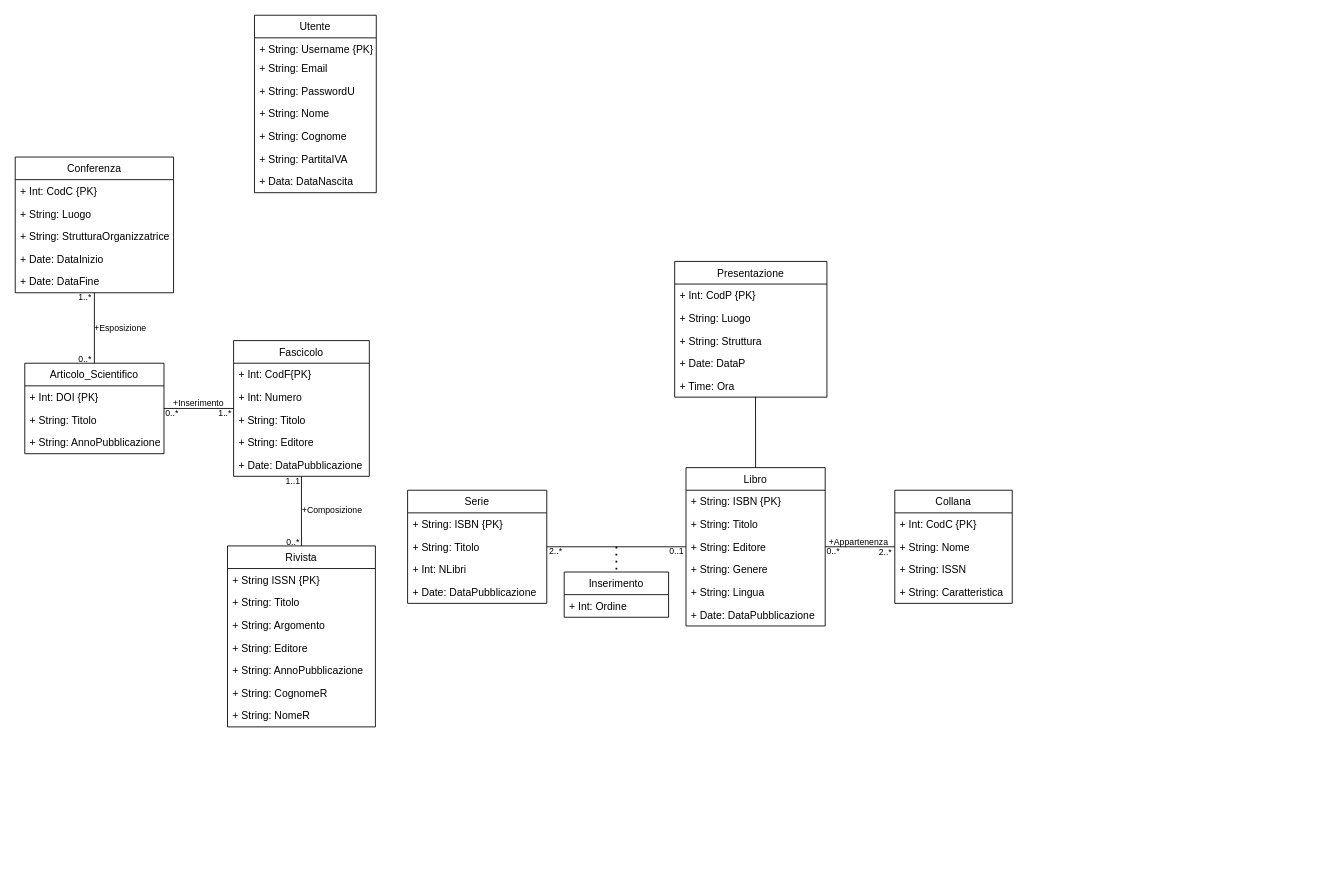
Above: page "Pagina-2" (2 of 2) of DiagrammaUML(ristrutturato).drawio in Giovk/Sistema-di-una-Bibleoteca-Digitale (draw.io), before the change. Source tidied: cells renumbered, new cells numbered last; positions are measured from the earlier drawing's top-left corner, leaving out a move shared by most shapes. Both pictures are drawn from the tidied source at 87%, with x=0, y=0 at pixel (15, 15).
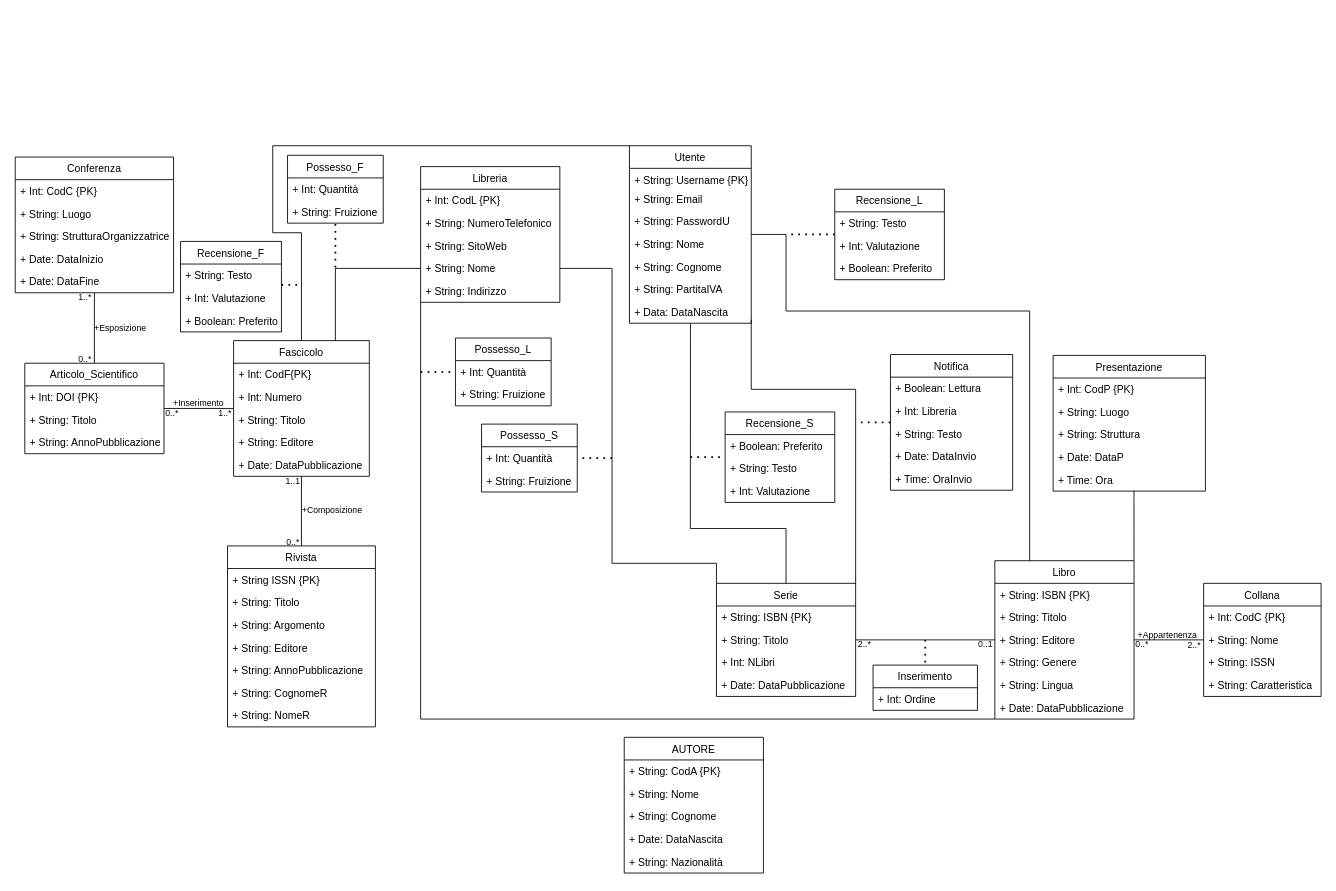
The same page after the edit.

Unchanged cells that the change refers to:
```xml
<mxCell id="9" value="+ Data: DataNascita" style="text;strokeColor=none;fillColor=none;align=left;verticalAlign=top;spacingLeft=4;spacingRight=4;overflow=hidden;points=[[0,0.5],[1,0.5]];portConstraint=eastwest;" parent="2" vertex="1">
  <mxGeometry y="178" width="140" height="26" as="geometry" />
</mxCell>
<mxCell id="20" value="Fascicolo" style="swimlane;fontStyle=0;horizontal=1;startSize=26;fillColor=none;" parent="1" vertex="1">
  <mxGeometry x="251" y="374" width="156" height="156" as="geometry" />
</mxCell>
<mxCell id="50" value="+ Time: Ora" style="text;strokeColor=none;fillColor=none;align=left;verticalAlign=top;spacingLeft=4;spacingRight=4;overflow=hidden;points=[[0,0.5],[1,0.5]];portConstraint=eastwest;" parent="45" vertex="1">
  <mxGeometry y="130" width="175" height="26" as="geometry" />
</mxCell>
```

What changed in the source:
```diff
@@
     <mxCell id="2" value="Utente" style="swimlane;fontStyle=0;horizontal=1;startSize=26;fillColor=none;" parent="1" vertex="1">
-      <mxGeometry x="275" width="140" height="204" as="geometry" />
+      <mxGeometry x="706" y="150" width="140" height="204" as="geometry" />
     </mxCell>
@@
     <mxCell id="33" value="Libro" style="swimlane;fontStyle=0;horizontal=1;startSize=26;fillColor=none;" parent="1" vertex="1">
-      <mxGeometry x="771" y="520" width="160" height="182" as="geometry" />
+      <mxGeometry x="1126" y="627" width="160" height="182" as="geometry" />
     </mxCell>
@@
     <mxCell id="40" value="Collana" style="swimlane;fontStyle=0;horizontal=1;startSize=26;fillColor=none;" parent="1" vertex="1">
-      <mxGeometry x="1011" y="546" width="135" height="130" as="geometry" />
+      <mxGeometry x="1366" y="653" width="135" height="130" as="geometry" />
     </mxCell>
@@
     <mxCell id="45" value="Presentazione" style="swimlane;fontStyle=0;horizontal=1;startSize=26;fillColor=none;" parent="1" vertex="1">
-      <mxGeometry x="758" y="283" width="175" height="156" as="geometry" />
+      <mxGeometry x="1193" y="391" width="175" height="156" as="geometry" />
     </mxCell>
@@
-    <mxCell id="52" style="endArrow=none;html=1;rounded=0;fontSize=10;exitX=0.5;exitY=0;exitDx=0;exitDy=0;entryX=0.531;entryY=0.981;entryDx=0;entryDy=0;entryPerimeter=0;" parent="1" edge="1" source="33" target="50">
+    <mxCell id="52" style="endArrow=none;html=1;rounded=0;fontSize=10;exitX=1;exitY=0;exitDx=0;exitDy=0;entryX=0.531;entryY=0.981;entryDx=0;entryDy=0;entryPerimeter=0;" parent="1" edge="1" source="33" target="50">
       <mxGeometry relative="1" as="geometry" />
     </mxCell>
     <mxCell id="53" value="Serie" style="swimlane;fontStyle=0;horizontal=1;startSize=26;fillColor=none;" parent="1" vertex="1">
-      <mxGeometry x="451" y="546" width="160" height="130" as="geometry" />
+      <mxGeometry x="806" y="653" width="160" height="130" as="geometry" />
     </mxCell>
@@
     <mxCell id="60" value="Inserimento" style="swimlane;fontStyle=0;horizontal=1;startSize=26;fillColor=none;" parent="1" vertex="1">
-      <mxGeometry x="631" y="640" width="120" height="52" as="geometry" />
+      <mxGeometry x="986" y="747" width="120" height="52" as="geometry" />
     </mxCell>
@@
     <mxCell id="62" style="endArrow=none;dashed=1;html=1;dashPattern=1 3;strokeWidth=2;rounded=0;fontSize=10;entryX=0.5;entryY=0;entryDx=0;entryDy=0;" parent="1" edge="1">
       <mxGeometry relative="1" as="geometry">
-        <mxPoint x="691" y="611" as="sourcePoint" />
-        <mxPoint x="691" y="641" as="targetPoint" />
+        <mxPoint x="1046" y="718" as="sourcePoint" />
+        <mxPoint x="1046" y="748" as="targetPoint" />
       </mxGeometry>
     </mxCell>
     <mxCell id="63" value="&lt;font style=&quot;font-size: 10px;&quot;&gt;2..*&lt;/font&gt;" style="text;html=1;strokeColor=none;fillColor=none;align=center;verticalAlign=middle;whiteSpace=wrap;rounded=0;" parent="1" vertex="1">
-      <mxGeometry x="612" y="611" width="19" height="10" as="geometry" />
+      <mxGeometry x="967" y="718" width="19" height="10" as="geometry" />
     </mxCell>
     <mxCell id="64" value="&lt;font style=&quot;font-size: 10px;&quot;&gt;0..1&lt;/font&gt;" style="text;html=1;strokeColor=none;fillColor=none;align=center;verticalAlign=middle;whiteSpace=wrap;rounded=0;" parent="1" vertex="1">
-      <mxGeometry x="751" y="611" width="19" height="10" as="geometry" />
+      <mxGeometry x="1106" y="718" width="19" height="10" as="geometry" />
     </mxCell>
     <mxCell id="65" value="&lt;font style=&quot;font-size: 10px;&quot;&gt;0..*&lt;/font&gt;" style="text;html=1;strokeColor=none;fillColor=none;align=center;verticalAlign=middle;whiteSpace=wrap;rounded=0;" parent="1" vertex="1">
-      <mxGeometry x="931" y="611" width="19" height="10" as="geometry" />
+      <mxGeometry x="1286" y="718" width="19" height="10" as="geometry" />
     </mxCell>
     <mxCell id="66" value="&lt;font style=&quot;font-size: 10px;&quot;&gt;2..*&lt;/font&gt;" style="text;html=1;strokeColor=none;fillColor=none;align=center;verticalAlign=middle;whiteSpace=wrap;rounded=0;" parent="1" vertex="1">
-      <mxGeometry x="991" y="612" width="19" height="10" as="geometry" />
+      <mxGeometry x="1346" y="719" width="19" height="10" as="geometry" />
     </mxCell>
     <mxCell id="67" value="&lt;font style=&quot;font-size: 10px;&quot;&gt;+Appartenenza&amp;nbsp;&lt;/font&gt;" style="text;html=1;strokeColor=none;fillColor=none;align=center;verticalAlign=middle;whiteSpace=wrap;rounded=0;" parent="1" vertex="1">
-      <mxGeometry x="941" y="600" width="60" height="10" as="geometry" />
+      <mxGeometry x="1296" y="707" width="60" height="10" as="geometry" />
     </mxCell>
@@
+    <mxCell id="80" value="Libreria" style="swimlane;fontStyle=0;horizontal=1;startSize=26;fillColor=none;" parent="1" vertex="1">
+      <mxGeometry x="466" y="174" width="160" height="156" as="geometry" />
+    </mxCell>
+    <mxCell id="81" value="+ Int: CodL {PK}" style="text;strokeColor=none;fillColor=none;align=left;verticalAlign=top;spacingLeft=4;spacingRight=4;overflow=hidden;" parent="80" vertex="1">
+      <mxGeometry y="26" width="160" height="26" as="geometry" />
+    </mxCell>
+    <mxCell id="82" value="+ String: NumeroTelefonico" style="text;strokeColor=none;fillColor=none;align=left;verticalAlign=top;spacingLeft=4;spacingRight=4;overflow=hidden;" parent="80" vertex="1">
+      <mxGeometry y="52" width="160" height="26" as="geometry" />
+    </mxCell>
+    <mxCell id="83" value="+ String: SitoWeb" style="text;strokeColor=none;fillColor=none;align=left;verticalAlign=top;spacingLeft=4;spacingRight=4;overflow=hidden;" parent="80" vertex="1">
+      <mxGeometry y="78" width="160" height="26" as="geometry" />
+    </mxCell>
+    <mxCell id="84" value="+ String: Nome" style="text;strokeColor=none;fillColor=none;align=left;verticalAlign=top;spacingLeft=4;spacingRight=4;overflow=hidden;" parent="80" vertex="1">
+      <mxGeometry y="104" width="160" height="26" as="geometry" />
+    </mxCell>
+    <mxCell id="85" value="+ String: Indirizzo" style="text;strokeColor=none;fillColor=none;align=left;verticalAlign=top;spacingLeft=4;spacingRight=4;overflow=hidden;" parent="80" vertex="1">
+      <mxGeometry y="130" width="160" height="26" as="geometry" />
+    </mxCell>
+    <mxCell id="86" value="Notifica" style="swimlane;fontStyle=0;horizontal=1;startSize=26;fillColor=none;" parent="1" vertex="1">
+      <mxGeometry x="1006" y="390" width="140.5" height="156" as="geometry" />
+    </mxCell>
+    <mxCell id="87" value="+ Boolean: Lettura" style="text;strokeColor=none;fillColor=none;align=left;verticalAlign=top;spacingLeft=4;spacingRight=4;overflow=hidden;" parent="86" vertex="1">
+      <mxGeometry y="26" width="140.5" height="26" as="geometry" />
+    </mxCell>
+    <mxCell id="88" value="+ Int: Libreria" style="text;strokeColor=none;fillColor=none;align=left;verticalAlign=top;spacingLeft=4;spacingRight=4;overflow=hidden;" parent="86" vertex="1">
+      <mxGeometry y="52" width="140.5" height="26" as="geometry" />
+    </mxCell>
+    <mxCell id="89" value="+ String: Testo" style="text;strokeColor=none;fillColor=none;align=left;verticalAlign=top;spacingLeft=4;spacingRight=4;overflow=hidden;" parent="86" vertex="1">
+      <mxGeometry y="78" width="140.5" height="26" as="geometry" />
+    </mxCell>
+    <mxCell id="90" value="+ Date: DataInvio" style="text;strokeColor=none;fillColor=none;align=left;verticalAlign=top;spacingLeft=4;spacingRight=4;overflow=hidden;" parent="86" vertex="1">
+      <mxGeometry y="104" width="140.5" height="26" as="geometry" />
+    </mxCell>
+    <mxCell id="91" value="+ Time: OraInvio" style="text;strokeColor=none;fillColor=none;align=left;verticalAlign=top;spacingLeft=4;spacingRight=4;overflow=hidden;" parent="86" vertex="1">
+      <mxGeometry y="130" width="140.5" height="26" as="geometry" />
+    </mxCell>
+    <mxCell id="92" value="Possesso_S" style="swimlane;fontStyle=0;horizontal=1;startSize=26;fillColor=none;" parent="1" vertex="1">
+      <mxGeometry x="536" y="470" width="110" height="78" as="geometry" />
+    </mxCell>
+    <mxCell id="93" value="+ Int: Quantità" style="text;strokeColor=none;fillColor=none;align=left;verticalAlign=top;spacingLeft=4;spacingRight=4;overflow=hidden;" parent="92" vertex="1">
+      <mxGeometry y="26" width="110" height="26" as="geometry" />
+    </mxCell>
+    <mxCell id="94" value="+ String: Fruizione" style="text;strokeColor=none;fillColor=none;align=left;verticalAlign=top;spacingLeft=4;spacingRight=4;overflow=hidden;" parent="92" vertex="1">
+      <mxGeometry y="52" width="110" height="26" as="geometry" />
+    </mxCell>
+    <mxCell id="95" value="Recensione_S" style="swimlane;fontStyle=0;horizontal=1;startSize=26;fillColor=none;" parent="1" vertex="1">
+      <mxGeometry x="816" y="456" width="126" height="104" as="geometry" />
+    </mxCell>
+    <mxCell id="96" value="+ Boolean: Preferito" style="text;strokeColor=none;fillColor=none;align=left;verticalAlign=top;spacingLeft=4;spacingRight=4;overflow=hidden;" parent="95" vertex="1">
+      <mxGeometry y="26" width="126" height="26" as="geometry" />
+    </mxCell>
+    <mxCell id="97" value="+ String: Testo" style="text;strokeColor=none;fillColor=none;align=left;verticalAlign=top;spacingLeft=4;spacingRight=4;overflow=hidden;" parent="95" vertex="1">
+      <mxGeometry y="52" width="126" height="26" as="geometry" />
+    </mxCell>
+    <mxCell id="98" value="+ Int: Valutazione" style="text;strokeColor=none;fillColor=none;align=left;verticalAlign=top;spacingLeft=4;spacingRight=4;overflow=hidden;" parent="95" vertex="1">
+      <mxGeometry y="78" width="126" height="26" as="geometry" />
+    </mxCell>
+    <mxCell id="99" value="Possesso_F" style="swimlane;fontStyle=0;horizontal=1;startSize=26;fillColor=none;" parent="1" vertex="1">
+      <mxGeometry x="313" y="161" width="110" height="78" as="geometry" />
+    </mxCell>
+    <mxCell id="100" value="+ Int: Quantità" style="text;strokeColor=none;fillColor=none;align=left;verticalAlign=top;spacingLeft=4;spacingRight=4;overflow=hidden;" parent="99" vertex="1">
+      <mxGeometry y="26" width="110" height="26" as="geometry" />
+    </mxCell>
+    <mxCell id="101" value="+ String: Fruizione" style="text;strokeColor=none;fillColor=none;align=left;verticalAlign=top;spacingLeft=4;spacingRight=4;overflow=hidden;" parent="99" vertex="1">
+      <mxGeometry y="52" width="110" height="26" as="geometry" />
+    </mxCell>
+    <mxCell id="102" value="Recensione_F" style="swimlane;fontStyle=0;horizontal=1;startSize=26;fillColor=none;" parent="1" vertex="1">
+      <mxGeometry x="190" y="260" width="116" height="104" as="geometry" />
+    </mxCell>
+    <mxCell id="103" value="+ String: Testo" style="text;strokeColor=none;fillColor=none;align=left;verticalAlign=top;spacingLeft=4;spacingRight=4;overflow=hidden;" parent="102" vertex="1">
+      <mxGeometry y="26" width="116" height="26" as="geometry" />
+    </mxCell>
+    <mxCell id="104" value="+ Int: Valutazione" style="text;strokeColor=none;fillColor=none;align=left;verticalAlign=top;spacingLeft=4;spacingRight=4;overflow=hidden;" parent="102" vertex="1">
+      <mxGeometry y="52" width="116" height="26" as="geometry" />
+    </mxCell>
+    <mxCell id="105" value="+ Boolean: Preferito" style="text;strokeColor=none;fillColor=none;align=left;verticalAlign=top;spacingLeft=4;spacingRight=4;overflow=hidden;" parent="102" vertex="1">
+      <mxGeometry y="78" width="116" height="26" as="geometry" />
+    </mxCell>
+    <mxCell id="106" value="Possesso_L" style="swimlane;fontStyle=0;horizontal=1;startSize=26;fillColor=none;" parent="1" vertex="1">
+      <mxGeometry x="506" y="371" width="110" height="78" as="geometry" />
+    </mxCell>
+    <mxCell id="107" value="+ Int: Quantità" style="text;strokeColor=none;fillColor=none;align=left;verticalAlign=top;spacingLeft=4;spacingRight=4;overflow=hidden;" parent="106" vertex="1">
+      <mxGeometry y="26" width="110" height="26" as="geometry" />
+    </mxCell>
+    <mxCell id="108" value="+ String: Fruizione" style="text;strokeColor=none;fillColor=none;align=left;verticalAlign=top;spacingLeft=4;spacingRight=4;overflow=hidden;" parent="106" vertex="1">
+      <mxGeometry y="52" width="110" height="26" as="geometry" />
+    </mxCell>
+    <mxCell id="109" value="Recensione_L" style="swimlane;fontStyle=0;horizontal=1;startSize=26;fillColor=none;" parent="1" vertex="1">
+      <mxGeometry x="942" y="200" width="126" height="104" as="geometry" />
+    </mxCell>
+    <mxCell id="110" value="+ String: Testo" style="text;strokeColor=none;fillColor=none;align=left;verticalAlign=top;spacingLeft=4;spacingRight=4;overflow=hidden;" parent="109" vertex="1">
+      <mxGeometry y="26" width="126" height="26" as="geometry" />
+    </mxCell>
+    <mxCell id="111" value="+ Int: Valutazione" style="text;strokeColor=none;fillColor=none;align=left;verticalAlign=top;spacingLeft=4;spacingRight=4;overflow=hidden;" parent="109" vertex="1">
+      <mxGeometry y="52" width="126" height="26" as="geometry" />
+    </mxCell>
+    <mxCell id="112" value="+ Boolean: Preferito" style="text;strokeColor=none;fillColor=none;align=left;verticalAlign=top;spacingLeft=4;spacingRight=4;overflow=hidden;" parent="109" vertex="1">
+      <mxGeometry y="78" width="126" height="26" as="geometry" />
+    </mxCell>
+    <mxCell id="113" style="endArrow=none;html=1;rounded=0;fontSize=10;exitX=0.5;exitY=0;exitDx=0;exitDy=0;entryX=0.501;entryY=1.01;entryDx=0;entryDy=0;entryPerimeter=0;" parent="1" edge="1" source="53" target="9">
+      <mxGeometry relative="1" as="geometry">
+        <Array as="points">
+          <mxPoint x="886" y="590" />
+          <mxPoint x="776" y="590" />
+        </Array>
+      </mxGeometry>
+    </mxCell>
+    <mxCell id="114" style="endArrow=none;html=1;rounded=0;fontSize=10;entryX=1;entryY=0.75;entryDx=0;entryDy=0;exitX=0;exitY=0;exitDx=0;exitDy=0;" parent="1" edge="1" source="53" target="80">
+      <mxGeometry relative="1" as="geometry">
+        <Array as="points">
+          <mxPoint x="806" y="630" />
+          <mxPoint x="686" y="630" />
+          <mxPoint x="686" y="291" />
+        </Array>
+      </mxGeometry>
+    </mxCell>
+    <mxCell id="115" style="endArrow=none;html=1;rounded=0;fontSize=10;exitX=1;exitY=0;exitDx=0;exitDy=0;" parent="1" edge="1">
+      <mxGeometry relative="1" as="geometry">
+        <mxPoint x="966" y="654" as="sourcePoint" />
+        <mxPoint x="846" y="350" as="targetPoint" />
+        <Array as="points">
+          <mxPoint x="966" y="430" />
+          <mxPoint x="846" y="430" />
+        </Array>
+      </mxGeometry>
+    </mxCell>
+    <mxCell id="116" style="endArrow=none;dashed=1;html=1;dashPattern=1 3;strokeWidth=2;rounded=0;fontSize=10;entryX=1;entryY=0.5;entryDx=0;entryDy=0;" parent="1" edge="1" target="92">
+      <mxGeometry relative="1" as="geometry">
+        <mxPoint x="686" y="509" as="sourcePoint" />
+      </mxGeometry>
+    </mxCell>
+    <mxCell id="117" style="endArrow=none;dashed=1;html=1;dashPattern=1 3;strokeWidth=2;rounded=0;fontSize=10;entryX=0;entryY=0.5;entryDx=0;entryDy=0;" parent="1" edge="1" target="95">
+      <mxGeometry relative="1" as="geometry">
+        <mxPoint x="776" y="508" as="sourcePoint" />
+      </mxGeometry>
+    </mxCell>
+    <mxCell id="118" style="endArrow=none;dashed=1;html=1;dashPattern=1 3;strokeWidth=2;rounded=0;fontSize=10;exitX=0;exitY=0.5;exitDx=0;exitDy=0;" parent="1" edge="1" source="86">
+      <mxGeometry relative="1" as="geometry">
+        <mxPoint x="966" y="468" as="targetPoint" />
+      </mxGeometry>
+    </mxCell>
+    <mxCell id="119" style="endArrow=none;html=1;rounded=0;fontSize=10;exitX=1;exitY=0.5;exitDx=0;exitDy=0;entryX=0.25;entryY=0;entryDx=0;entryDy=0;" parent="1" edge="1" source="2" target="33">
+      <mxGeometry relative="1" as="geometry">
+        <Array as="points">
+          <mxPoint x="886" y="252" />
+          <mxPoint x="886" y="340" />
+          <mxPoint x="1166" y="340" />
+        </Array>
+      </mxGeometry>
+    </mxCell>
+    <mxCell id="120" style="endArrow=none;dashed=1;html=1;dashPattern=1 3;strokeWidth=2;rounded=0;fontSize=10;exitX=0;exitY=0.5;exitDx=0;exitDy=0;" parent="1" edge="1" source="109">
+      <mxGeometry relative="1" as="geometry">
+        <mxPoint x="886" y="252" as="targetPoint" />
+      </mxGeometry>
+    </mxCell>
+    <mxCell id="121" style="endArrow=none;html=1;rounded=0;fontSize=10;entryX=0;entryY=1;entryDx=0;entryDy=0;exitX=0;exitY=1;exitDx=0;exitDy=0;" parent="1" edge="1" source="33" target="80">
+      <mxGeometry relative="1" as="geometry">
+        <Array as="points">
+          <mxPoint x="466" y="809" />
+        </Array>
+      </mxGeometry>
+    </mxCell>
+    <mxCell id="122" style="endArrow=none;dashed=1;html=1;dashPattern=1 3;strokeWidth=2;rounded=0;fontSize=10;entryX=0;entryY=0.5;entryDx=0;entryDy=0;" parent="1" edge="1" target="106">
+      <mxGeometry relative="1" as="geometry">
+        <mxPoint x="466" y="410" as="sourcePoint" />
+      </mxGeometry>
+    </mxCell>
+    <mxCell id="123" style="endArrow=none;html=1;rounded=0;fontSize=10;exitX=0.75;exitY=0;exitDx=0;exitDy=0;entryX=0;entryY=0.75;entryDx=0;entryDy=0;" parent="1" edge="1" source="20" target="80">
+      <mxGeometry relative="1" as="geometry">
+        <Array as="points">
+          <mxPoint x="368" y="291" />
+        </Array>
+      </mxGeometry>
+    </mxCell>
+    <mxCell id="124" value="AUTORE" style="swimlane;fontStyle=0;horizontal=1;startSize=26;fillColor=none;" parent="1" vertex="1">
+      <mxGeometry x="700" y="830" width="160" height="156" as="geometry" />
+    </mxCell>
+    <mxCell id="125" value="+ String: CodA {PK}" style="text;strokeColor=none;fillColor=none;align=left;verticalAlign=top;spacingLeft=4;spacingRight=4;overflow=hidden;" parent="124" vertex="1">
+      <mxGeometry y="26" width="160" height="26" as="geometry" />
+    </mxCell>
+    <mxCell id="126" value="+ String: Nome" style="text;strokeColor=none;fillColor=none;align=left;verticalAlign=top;spacingLeft=4;spacingRight=4;overflow=hidden;" parent="124" vertex="1">
+      <mxGeometry y="52" width="160" height="26" as="geometry" />
+    </mxCell>
+    <mxCell id="127" value="+ String: Cognome" style="text;strokeColor=none;fillColor=none;align=left;verticalAlign=top;spacingLeft=4;spacingRight=4;overflow=hidden;" parent="124" vertex="1">
+      <mxGeometry y="78" width="160" height="26" as="geometry" />
+    </mxCell>
+    <mxCell id="128" value="+ Date: DataNascita" style="text;strokeColor=none;fillColor=none;align=left;verticalAlign=top;spacingLeft=4;spacingRight=4;overflow=hidden;" parent="124" vertex="1">
+      <mxGeometry y="104" width="160" height="26" as="geometry" />
+    </mxCell>
+    <mxCell id="129" value="+ String: Nazionalità" style="text;strokeColor=none;fillColor=none;align=left;verticalAlign=top;spacingLeft=4;spacingRight=4;overflow=hidden;" parent="124" vertex="1">
+      <mxGeometry y="130" width="160" height="26" as="geometry" />
+    </mxCell>
+    <mxCell id="130" style="endArrow=none;dashed=1;html=1;dashPattern=1 3;strokeWidth=2;rounded=0;fontSize=10;entryX=0.5;entryY=1;entryDx=0;entryDy=0;" parent="1" edge="1" target="99">
+      <mxGeometry relative="1" as="geometry">
+        <mxPoint x="368" y="290" as="sourcePoint" />
+      </mxGeometry>
+    </mxCell>
+    <mxCell id="131" style="endArrow=none;html=1;rounded=0;fontSize=10;exitX=0.5;exitY=0;exitDx=0;exitDy=0;entryX=0;entryY=0;entryDx=0;entryDy=0;" parent="1" edge="1" source="20" target="2">
+      <mxGeometry relative="1" as="geometry">
+        <Array as="points">
+          <mxPoint x="329" y="250" />
+          <mxPoint x="296" y="250" />
+          <mxPoint x="296" y="150" />
+        </Array>
+      </mxGeometry>
+    </mxCell>
+    <mxCell id="132" style="endArrow=none;dashed=1;html=1;dashPattern=1 3;strokeWidth=2;rounded=0;fontSize=10;" parent="1" edge="1">
+      <mxGeometry relative="1" as="geometry">
+        <mxPoint x="306" y="310" as="sourcePoint" />
+        <mxPoint x="326" y="310" as="targetPoint" />
+      </mxGeometry>
+    </mxCell>
```
